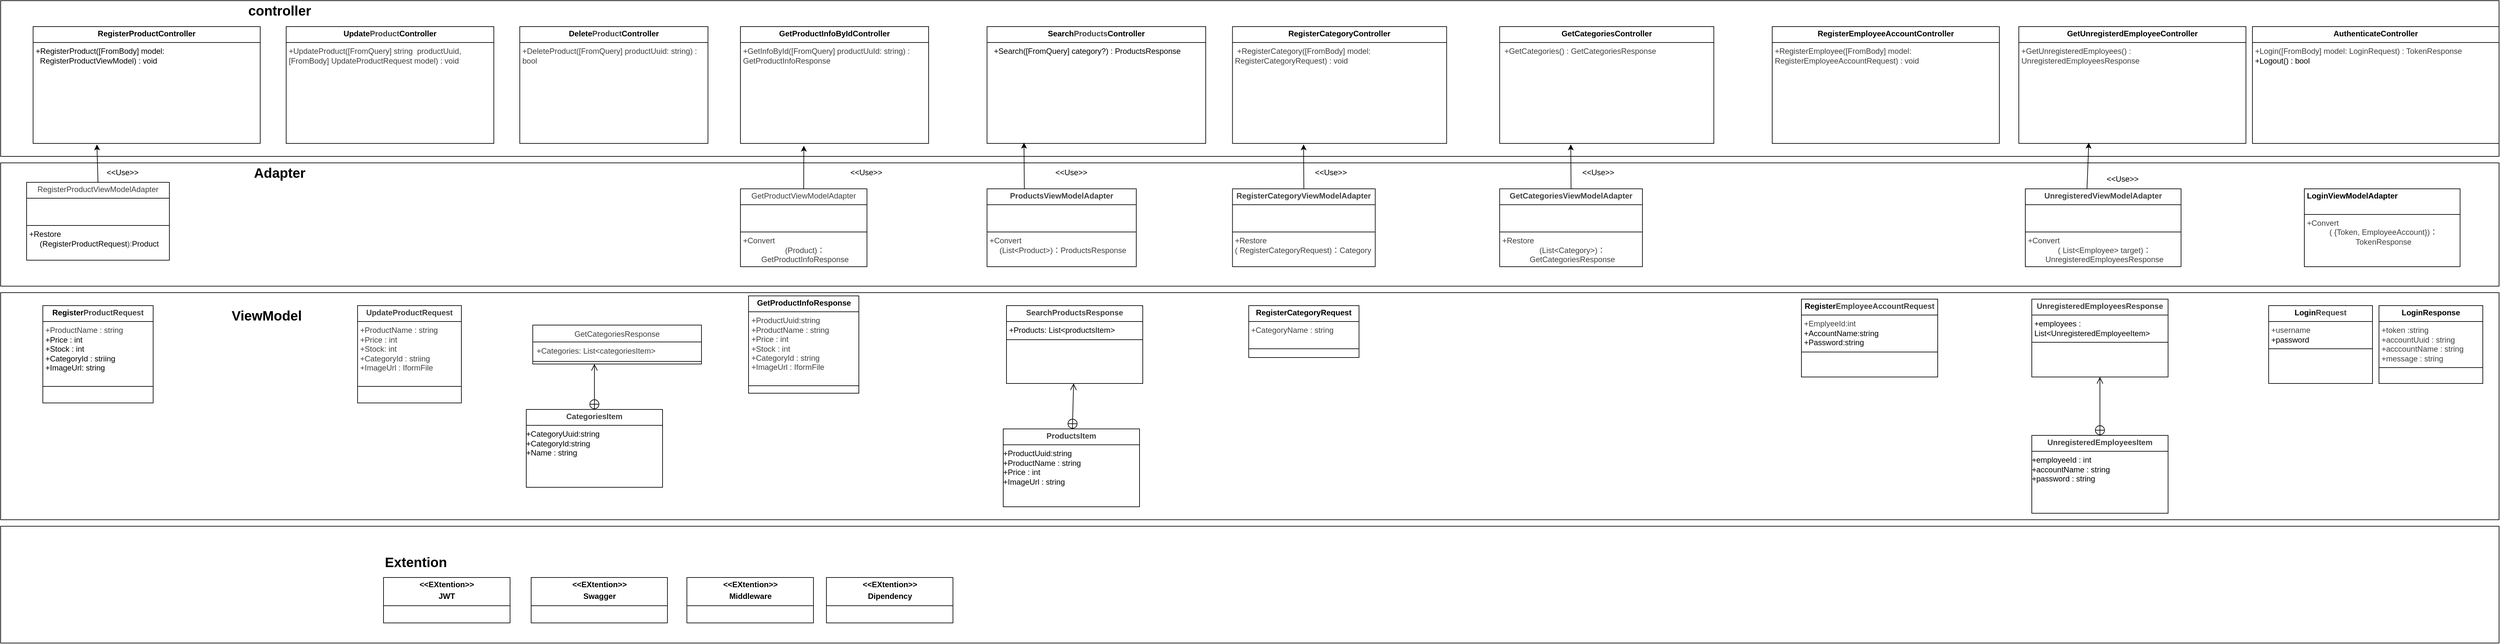
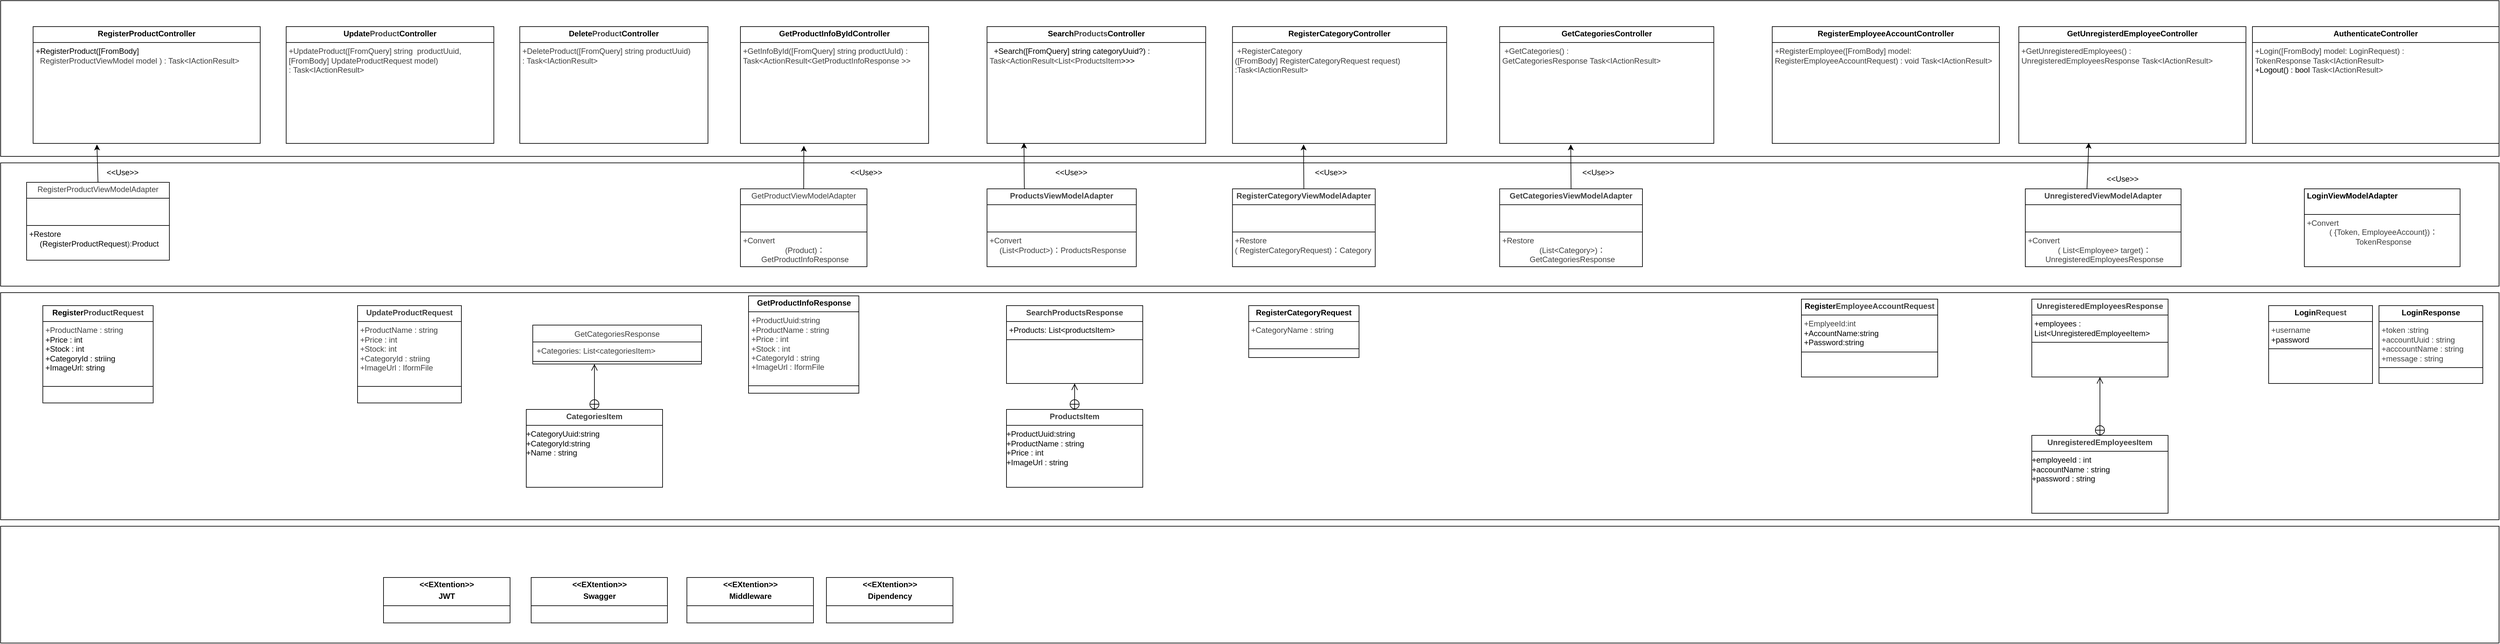
<mxfile host="65bd71144e">
    <diagram id="EApjV0AEF5bl3lN2ML2e" name="ページ1">
-         <mxGraphModel dx="2046" dy="498" grid="1" gridSize="10" guides="1" tooltips="1" connect="1" arrows="1" fold="1" page="1" pageScale="1" pageWidth="827" pageHeight="1169" math="0" shadow="0">
+         <mxGraphModel dx="2502" dy="308" grid="1" gridSize="10" guides="1" tooltips="1" connect="1" arrows="1" fold="1" page="1" pageScale="1" pageWidth="827" pageHeight="1169" math="0" shadow="0">
            <root>
                <mxCell id="0"/>
                <mxCell id="1" parent="0"/>
                <mxCell id="115" value="" style="rounded=0;whiteSpace=wrap;html=1;" parent="1" vertex="1">
                    <mxGeometry x="-1030" y="1640" width="3850" height="180" as="geometry"/>
                </mxCell>
                <mxCell id="110" value="" style="rounded=0;whiteSpace=wrap;html=1;" parent="1" vertex="1">
                    <mxGeometry x="-1030" y="1280" width="3850" height="350" as="geometry"/>
                </mxCell>
                <mxCell id="108" value="" style="rounded=0;whiteSpace=wrap;html=1;" parent="1" vertex="1">
                    <mxGeometry x="-1030" y="830" width="3850" height="240" as="geometry"/>
                </mxCell>
                <mxCell id="66" value="" style="rounded=0;whiteSpace=wrap;html=1;" parent="1" vertex="1">
                    <mxGeometry x="-1030" y="1080" width="3850" height="190" as="geometry"/>
                </mxCell>
-                 <mxCell id="2" value="&lt;p style=&quot;margin:0px;margin-top:4px;text-align:center;&quot;&gt;&lt;b&gt;RegisterProductController&lt;/b&gt;&lt;/p&gt;&lt;hr size=&quot;1&quot; style=&quot;border-style:solid;&quot;&gt;&lt;p style=&quot;margin:0px;margin-left:4px;&quot;&gt;+RegisterProduct([FromBody] model:&amp;nbsp; &amp;nbsp;&amp;nbsp;&lt;/p&gt;&lt;p style=&quot;margin:0px;margin-left:4px;&quot;&gt;&amp;nbsp; RegisterProductViewModel) : void&lt;/p&gt;&lt;div&gt;&lt;br&gt;&lt;/div&gt;" style="verticalAlign=top;align=left;overflow=fill;html=1;whiteSpace=wrap;" parent="1" vertex="1">
+                 <mxCell id="2" value="&lt;p style=&quot;margin:0px;margin-top:4px;text-align:center;&quot;&gt;&lt;b&gt;RegisterProductController&lt;/b&gt;&lt;/p&gt;&lt;hr size=&quot;1&quot; style=&quot;border-style:solid;&quot;&gt;&lt;p style=&quot;margin:0px;margin-left:4px;&quot;&gt;+RegisterProduct([FromBody]&amp;nbsp;&lt;br&gt;&lt;span style=&quot;color: rgb(63, 63, 63); background-color: transparent;&quot;&gt;&amp;nbsp; RegisterProductViewModel&amp;nbsp;&lt;/span&gt;&lt;span style=&quot;color: rgb(63, 63, 63); background-color: transparent;&quot;&gt;model&amp;nbsp;&lt;/span&gt;&lt;span style=&quot;color: rgb(63, 63, 63); background-color: transparent;&quot;&gt;) : Task&amp;lt;IActionResult&amp;gt;&lt;/span&gt;&lt;/p&gt;&lt;div&gt;&lt;br&gt;&lt;/div&gt;" style="verticalAlign=top;align=left;overflow=fill;html=1;whiteSpace=wrap;" parent="1" vertex="1">
                    <mxGeometry x="-980" y="870" width="350" height="180" as="geometry"/>
                </mxCell>
                <mxCell id="3" value="&lt;p style=&quot;margin:0px;margin-top:4px;text-align:center;&quot;&gt;&lt;b&gt;Register&lt;span style=&quot;color: rgb(63, 63, 63);&quot;&gt;ProductRequest&lt;/span&gt;&lt;/b&gt;&lt;/p&gt;&lt;hr size=&quot;1&quot; style=&quot;border-style:solid;&quot;&gt;&lt;p style=&quot;margin:0px;margin-left:4px;&quot;&gt;&lt;span style=&quot;color: rgb(63, 63, 63); background-color: transparent;&quot;&gt;+ProductName : string&lt;/span&gt;&lt;/p&gt;&lt;p style=&quot;margin:0px;margin-left:4px;&quot;&gt;+Price : int&lt;/p&gt;&lt;p style=&quot;margin:0px;margin-left:4px;&quot;&gt;+Stock : int&lt;/p&gt;&lt;p style=&quot;margin:0px;margin-left:4px;&quot;&gt;+CategoryId : striing&lt;/p&gt;&lt;p style=&quot;margin:0px;margin-left:4px;&quot;&gt;+ImageUrl: string&lt;/p&gt;&lt;p style=&quot;margin:0px;margin-left:4px;&quot;&gt;&lt;br&gt;&lt;/p&gt;&lt;hr size=&quot;1&quot; style=&quot;border-style:solid;&quot;&gt;&lt;p style=&quot;margin:0px;margin-left:4px;&quot;&gt;&lt;br&gt;&lt;/p&gt;" style="verticalAlign=top;align=left;overflow=fill;html=1;whiteSpace=wrap;" parent="1" vertex="1">
                    <mxGeometry x="-965" y="1300" width="170" height="150" as="geometry"/>
                </mxCell>
                <mxCell id="4" value="&lt;p style=&quot;margin:0px;margin-top:4px;text-align:center;&quot;&gt;&lt;span style=&quot;color: rgb(63, 63, 63); background-color: transparent;&quot;&gt;Register&lt;span style=&quot;color: rgb(63, 63, 63); scrollbar-color: rgb(226, 226, 226) rgb(251, 251, 251);&quot;&gt;Product&lt;/span&gt;ViewModelAdapter&lt;/span&gt;&lt;/p&gt;&lt;hr size=&quot;1&quot; style=&quot;border-style:solid;&quot;&gt;&lt;p style=&quot;margin:0px;margin-left:4px;&quot;&gt;&lt;br&gt;&lt;/p&gt;&lt;p style=&quot;margin:0px;margin-left:4px;&quot;&gt;&lt;br&gt;&lt;/p&gt;&lt;hr size=&quot;1&quot; style=&quot;border-style:solid;&quot;&gt;&lt;p style=&quot;margin:0px;margin-left:4px;&quot;&gt;+Restore&lt;/p&gt;&lt;p style=&quot;text-align: center; margin: 0px 0px 0px 4px;&quot;&gt;&lt;span style=&quot;background-color: transparent;&quot;&gt;(RegisterProductRequest&lt;/span&gt;&lt;span style=&quot;background-color: transparent; color: rgb(63, 63, 63);&quot;&gt;):&lt;/span&gt;&lt;span style=&quot;background-color: transparent;&quot;&gt;Product&lt;/span&gt;&lt;/p&gt;" style="verticalAlign=top;align=left;overflow=fill;html=1;whiteSpace=wrap;" parent="1" vertex="1">
                    <mxGeometry x="-990" y="1110" width="220" height="120" as="geometry"/>
                </mxCell>
-                 <mxCell id="5" value="&lt;p style=&quot;margin:0px;margin-top:4px;text-align:center;&quot;&gt;&lt;b&gt;Update&lt;/b&gt;&lt;b style=&quot;color: rgb(63, 63, 63); scrollbar-color: rgb(226, 226, 226) rgb(251, 251, 251);&quot;&gt;Product&lt;/b&gt;&lt;b&gt;Controller&lt;/b&gt;&lt;/p&gt;&lt;hr size=&quot;1&quot; style=&quot;border-style:solid;&quot;&gt;&lt;p style=&quot;margin:0px;margin-left:4px;&quot;&gt;&lt;/p&gt;&lt;p style=&quot;margin:0px;margin-left:4px;&quot;&gt;&lt;span style=&quot;color: rgb(63, 63, 63); background-color: transparent;&quot;&gt;+UpdateProduct([FromQuery] string&amp;nbsp; productUuid,&amp;nbsp; [FromBody] UpdateProductRequest model) : void&lt;/span&gt;&lt;/p&gt;" style="verticalAlign=top;align=left;overflow=fill;html=1;whiteSpace=wrap;" parent="1" vertex="1">
+                 <mxCell id="5" value="&lt;p style=&quot;margin:0px;margin-top:4px;text-align:center;&quot;&gt;&lt;b&gt;Update&lt;/b&gt;&lt;b style=&quot;color: rgb(63, 63, 63); scrollbar-color: rgb(226, 226, 226) rgb(251, 251, 251);&quot;&gt;Product&lt;/b&gt;&lt;b&gt;Controller&lt;/b&gt;&lt;/p&gt;&lt;hr size=&quot;1&quot; style=&quot;border-style:solid;&quot;&gt;&lt;p style=&quot;margin:0px;margin-left:4px;&quot;&gt;&lt;/p&gt;&lt;p style=&quot;margin:0px;margin-left:4px;&quot;&gt;&lt;span style=&quot;color: rgb(63, 63, 63); background-color: transparent;&quot;&gt;+UpdateProduct([FromQuery] string&amp;nbsp; productUuid,&amp;nbsp; [FromBody] UpdateProductRequest model) :&amp;nbsp;&lt;/span&gt;&lt;span style=&quot;color: rgb(63, 63, 63); background-color: transparent;&quot;&gt;Task&amp;lt;IActionResult&amp;gt;&lt;/span&gt;&lt;/p&gt;" style="verticalAlign=top;align=left;overflow=fill;html=1;whiteSpace=wrap;" parent="1" vertex="1">
                    <mxGeometry x="-590" y="870" width="320" height="180" as="geometry"/>
                </mxCell>
-                 <mxCell id="6" value="&lt;p style=&quot;margin:0px;margin-top:4px;text-align:center;&quot;&gt;&lt;b&gt;Delete&lt;/b&gt;&lt;b style=&quot;color: rgb(63, 63, 63); scrollbar-color: rgb(226, 226, 226) rgb(251, 251, 251);&quot;&gt;Product&lt;/b&gt;&lt;b&gt;Controller&lt;/b&gt;&lt;/p&gt;&lt;hr size=&quot;1&quot; style=&quot;border-style:solid;&quot;&gt;&lt;p style=&quot;color: rgb(63, 63, 63); scrollbar-color: rgb(226, 226, 226) rgb(251, 251, 251); margin: 0px 0px 0px 4px;&quot;&gt;&lt;span style=&quot;background-color: transparent;&quot;&gt;+DeleteProduct([FromQuery] productUuid: string) : bool&lt;/span&gt;&lt;/p&gt;" style="verticalAlign=top;align=left;overflow=fill;html=1;whiteSpace=wrap;" parent="1" vertex="1">
+                 <mxCell id="6" value="&lt;p style=&quot;margin:0px;margin-top:4px;text-align:center;&quot;&gt;&lt;b&gt;Delete&lt;/b&gt;&lt;b style=&quot;color: rgb(63, 63, 63); scrollbar-color: rgb(226, 226, 226) rgb(251, 251, 251);&quot;&gt;Product&lt;/b&gt;&lt;b&gt;Controller&lt;/b&gt;&lt;/p&gt;&lt;hr size=&quot;1&quot; style=&quot;border-style:solid;&quot;&gt;&lt;p style=&quot;color: rgb(63, 63, 63); scrollbar-color: rgb(226, 226, 226) rgb(251, 251, 251); margin: 0px 0px 0px 4px;&quot;&gt;&lt;span style=&quot;background-color: transparent;&quot;&gt;+DeleteProduct([FromQuery]&amp;nbsp;&lt;/span&gt;&lt;span style=&quot;color: rgb(63, 63, 63); background-color: transparent;&quot;&gt;string&amp;nbsp;&lt;/span&gt;&lt;span style=&quot;background-color: transparent; color: rgb(63, 63, 63);&quot;&gt;productUuid) :&amp;nbsp;&lt;/span&gt;&lt;span style=&quot;color: rgb(63, 63, 63); background-color: transparent;&quot;&gt;Task&amp;lt;IActionResult&amp;gt;&lt;/span&gt;&lt;/p&gt;" style="verticalAlign=top;align=left;overflow=fill;html=1;whiteSpace=wrap;" parent="1" vertex="1">
                    <mxGeometry x="-230" y="870" width="290" height="180" as="geometry"/>
                </mxCell>
-                 <mxCell id="7" value="&lt;p style=&quot;margin:0px;margin-top:4px;text-align:center;&quot;&gt;&lt;b&gt;Search&lt;/b&gt;&lt;b style=&quot;color: rgb(63, 63, 63); scrollbar-color: rgb(226, 226, 226) rgb(251, 251, 251);&quot;&gt;Products&lt;/b&gt;&lt;b&gt;Controller&lt;/b&gt;&lt;/p&gt;&lt;hr size=&quot;1&quot; style=&quot;border-style:solid;&quot;&gt;&lt;p style=&quot;margin:0px;margin-left:4px;&quot;&gt;&amp;nbsp; +Search([FromQuery] category?) : ProductsResponse&lt;/p&gt;" style="verticalAlign=top;align=left;overflow=fill;html=1;whiteSpace=wrap;" parent="1" vertex="1">
+                 <mxCell id="7" value="&lt;p style=&quot;margin:0px;margin-top:4px;text-align:center;&quot;&gt;&lt;b&gt;Search&lt;/b&gt;&lt;b style=&quot;color: rgb(63, 63, 63); scrollbar-color: rgb(226, 226, 226) rgb(251, 251, 251);&quot;&gt;Products&lt;/b&gt;&lt;b&gt;Controller&lt;/b&gt;&lt;/p&gt;&lt;hr size=&quot;1&quot; style=&quot;border-style:solid;&quot;&gt;&lt;p style=&quot;margin:0px;margin-left:4px;&quot;&gt;&amp;nbsp; +Search([FromQuery] string categoryUuid?) : &lt;span style=&quot;color: rgb(63, 63, 63); background-color: transparent;&quot;&gt;Task&amp;lt;ActionResult&amp;lt;List&amp;lt;&lt;/span&gt;&lt;span style=&quot;color: rgb(63, 63, 63); background-color: transparent;&quot;&gt;ProductsItem&lt;/span&gt;&lt;span style=&quot;background-color: transparent;&quot;&gt;&amp;gt;&amp;gt;&amp;gt;&lt;/span&gt;&lt;/p&gt;" style="verticalAlign=top;align=left;overflow=fill;html=1;whiteSpace=wrap;" parent="1" vertex="1">
                    <mxGeometry x="490" y="870" width="337" height="180" as="geometry"/>
                </mxCell>
-                 <mxCell id="8" value="&lt;p style=&quot;margin:0px;margin-top:4px;text-align:center;&quot;&gt;&lt;b&gt;RegisterEmployeeAccountController&lt;/b&gt;&lt;/p&gt;&lt;hr size=&quot;1&quot; style=&quot;border-style:solid;&quot;&gt;&lt;p style=&quot;margin:0px;margin-left:4px;&quot;&gt;&lt;span style=&quot;color: rgb(63, 63, 63); background-color: transparent;&quot;&gt;+RegisterEmployee([FromBody] model: RegisterEmployeeAccountRequest) : void&lt;/span&gt;&lt;/p&gt;&lt;div&gt;&lt;br&gt;&lt;/div&gt;" style="verticalAlign=top;align=left;overflow=fill;html=1;whiteSpace=wrap;" parent="1" vertex="1">
+                 <mxCell id="8" value="&lt;p style=&quot;margin:0px;margin-top:4px;text-align:center;&quot;&gt;&lt;b&gt;RegisterEmployeeAccountController&lt;/b&gt;&lt;/p&gt;&lt;hr size=&quot;1&quot; style=&quot;border-style:solid;&quot;&gt;&lt;p style=&quot;margin:0px;margin-left:4px;&quot;&gt;&lt;span style=&quot;color: rgb(63, 63, 63); background-color: transparent;&quot;&gt;+RegisterEmployee([FromBody] model: RegisterEmployeeAccountRequest) : void&amp;nbsp;&lt;/span&gt;&lt;span style=&quot;color: rgb(63, 63, 63); background-color: transparent;&quot;&gt;Task&amp;lt;IActionResult&amp;gt;&lt;/span&gt;&lt;/p&gt;" style="verticalAlign=top;align=left;overflow=fill;html=1;whiteSpace=wrap;" parent="1" vertex="1">
                    <mxGeometry x="1700" y="870" width="350" height="180" as="geometry"/>
                </mxCell>
-                 <mxCell id="9" value="&lt;p style=&quot;margin:0px;margin-top:4px;text-align:center;&quot;&gt;&lt;b&gt;AuthenticateController&lt;/b&gt;&lt;/p&gt;&lt;hr size=&quot;1&quot; style=&quot;border-style:solid;&quot;&gt;&lt;p style=&quot;margin:0px;margin-left:4px;&quot;&gt;&lt;span style=&quot;color: rgb(63, 63, 63); background-color: transparent;&quot;&gt;+Login([FromBody] model: LoginRequest) : TokenResponse&amp;nbsp;&lt;/span&gt;&lt;/p&gt;&lt;p style=&quot;margin:0px;margin-left:4px;&quot;&gt;+Logout() : bool&lt;/p&gt;" style="verticalAlign=top;align=left;overflow=fill;html=1;whiteSpace=wrap;" parent="1" vertex="1">
+                 <mxCell id="9" value="&lt;p style=&quot;margin:0px;margin-top:4px;text-align:center;&quot;&gt;&lt;b&gt;AuthenticateController&lt;/b&gt;&lt;/p&gt;&lt;hr size=&quot;1&quot; style=&quot;border-style:solid;&quot;&gt;&lt;p style=&quot;margin:0px;margin-left:4px;&quot;&gt;&lt;span style=&quot;color: rgb(63, 63, 63); background-color: transparent;&quot;&gt;+Login([FromBody] model: LoginRequest) : TokenResponse&amp;nbsp;&lt;/span&gt;&lt;span style=&quot;color: rgb(63, 63, 63); background-color: transparent;&quot;&gt;Task&amp;lt;IActionResult&amp;gt;&lt;/span&gt;&lt;/p&gt;&lt;p style=&quot;margin:0px;margin-left:4px;&quot;&gt;+Logout() : bool&amp;nbsp;&lt;span style=&quot;color: rgb(63, 63, 63); background-color: transparent;&quot;&gt;Task&amp;lt;IActionResult&amp;gt;&lt;/span&gt;&lt;/p&gt;" style="verticalAlign=top;align=left;overflow=fill;html=1;whiteSpace=wrap;" parent="1" vertex="1">
                    <mxGeometry x="2440" y="870" width="380" height="180" as="geometry"/>
                </mxCell>
                <mxCell id="10" value="&lt;p style=&quot;margin:0px;margin-top:4px;text-align:center;&quot;&gt;&lt;b&gt;&lt;span style=&quot;background-color: transparent; color: rgb(63, 63, 63); scrollbar-color: rgb(226, 226, 226) rgb(251, 251, 251);&quot;&gt;Update&lt;/span&gt;&lt;span style=&quot;color: rgb(63, 63, 63);&quot;&gt;ProductRequest&lt;/span&gt;&lt;/b&gt;&lt;/p&gt;&lt;hr size=&quot;1&quot; style=&quot;border-style:solid;&quot;&gt;&lt;p style=&quot;color: rgb(63, 63, 63); scrollbar-color: rgb(226, 226, 226) rgb(251, 251, 251); margin: 0px 0px 0px 4px;&quot;&gt;&lt;span style=&quot;scrollbar-color: rgb(226, 226, 226) rgb(251, 251, 251); background-color: transparent; color: rgb(63, 63, 63);&quot;&gt;+ProductName : string&lt;/span&gt;&lt;/p&gt;&lt;p style=&quot;color: rgb(63, 63, 63); scrollbar-color: rgb(226, 226, 226) rgb(251, 251, 251); margin: 0px 0px 0px 4px;&quot;&gt;+Price : int&lt;/p&gt;&lt;p style=&quot;color: rgb(63, 63, 63); scrollbar-color: rgb(226, 226, 226) rgb(251, 251, 251); margin: 0px 0px 0px 4px;&quot;&gt;+Stock: int&lt;/p&gt;&lt;p style=&quot;color: rgb(63, 63, 63); scrollbar-color: rgb(226, 226, 226) rgb(251, 251, 251); margin: 0px 0px 0px 4px;&quot;&gt;+CategoryId : striing&lt;/p&gt;&lt;p style=&quot;color: rgb(63, 63, 63); scrollbar-color: rgb(226, 226, 226) rgb(251, 251, 251); margin: 0px 0px 0px 4px;&quot;&gt;+ImageUrl : IformFile&lt;/p&gt;&lt;p style=&quot;color: rgb(63, 63, 63); scrollbar-color: rgb(226, 226, 226) rgb(251, 251, 251); margin: 0px 0px 0px 4px;&quot;&gt;&lt;br style=&quot;color: rgb(63, 63, 63); scrollbar-color: rgb(226, 226, 226) rgb(251, 251, 251);&quot;&gt;&lt;/p&gt;&lt;hr size=&quot;1&quot; style=&quot;border-style:solid;&quot;&gt;&lt;p style=&quot;margin:0px;margin-left:4px;&quot;&gt;&lt;br&gt;&lt;/p&gt;" style="verticalAlign=top;align=left;overflow=fill;html=1;whiteSpace=wrap;" parent="1" vertex="1">
                    <mxGeometry x="-480" y="1300" width="160" height="150" as="geometry"/>
                </mxCell>
                <mxCell id="12" value="&lt;p style=&quot;margin:0px;margin-top:4px;text-align:center;&quot;&gt;&lt;b&gt;Register&lt;/b&gt;&lt;b style=&quot;scrollbar-color: rgb(226, 226, 226) rgb(251, 251, 251); background-color: transparent; color: rgb(63, 63, 63);&quot;&gt;EmployeeAccountRequest&lt;/b&gt;&lt;/p&gt;&lt;hr size=&quot;1&quot; style=&quot;border-style:solid;&quot;&gt;&lt;p style=&quot;margin:0px;margin-left:4px;&quot;&gt;&lt;span style=&quot;color: rgb(63, 63, 63); background-color: transparent;&quot;&gt;+EmplyeeId:int&lt;/span&gt;&lt;/p&gt;&lt;p style=&quot;margin:0px;margin-left:4px;&quot;&gt;+AccountName:string&lt;/p&gt;&lt;p style=&quot;margin:0px;margin-left:4px;&quot;&gt;+Password:string&lt;/p&gt;&lt;hr size=&quot;1&quot; style=&quot;border-style:solid;&quot;&gt;&lt;p style=&quot;margin:0px;margin-left:4px;&quot;&gt;&lt;br&gt;&lt;/p&gt;" style="verticalAlign=top;align=left;overflow=fill;html=1;whiteSpace=wrap;" parent="1" vertex="1">
                    <mxGeometry x="1745" y="1290" width="210" height="120" as="geometry"/>
                </mxCell>
                <mxCell id="16" value="&lt;p style=&quot;margin:0px;margin-top:4px;text-align:center;&quot;&gt;&lt;b&gt;Login&lt;span style=&quot;color: rgb(63, 63, 63);&quot;&gt;Request&lt;/span&gt;&lt;/b&gt;&lt;/p&gt;&lt;hr size=&quot;1&quot; style=&quot;border-style:solid;&quot;&gt;&lt;p style=&quot;margin:0px;margin-left:4px;&quot;&gt;&lt;span style=&quot;color: rgb(63, 63, 63); background-color: transparent;&quot;&gt;+username&lt;/span&gt;&lt;/p&gt;&lt;p style=&quot;margin:0px;margin-left:4px;&quot;&gt;+password&lt;/p&gt;&lt;hr size=&quot;1&quot; style=&quot;border-style:solid;&quot;&gt;&lt;p style=&quot;margin:0px;margin-left:4px;&quot;&gt;&lt;br&gt;&lt;/p&gt;" style="verticalAlign=top;align=left;overflow=fill;html=1;whiteSpace=wrap;" parent="1" vertex="1">
                    <mxGeometry x="2465" y="1300" width="160" height="120" as="geometry"/>
                </mxCell>
                <mxCell id="17" value="&lt;p style=&quot;margin:0px;margin-top:4px;text-align:center;&quot;&gt;&lt;b&gt;LoginResponse&lt;/b&gt;&lt;/p&gt;&lt;hr size=&quot;1&quot; style=&quot;border-style:solid;&quot;&gt;&lt;p style=&quot;margin:0px;margin-left:4px;&quot;&gt;&lt;span style=&quot;color: rgb(63, 63, 63); background-color: transparent;&quot;&gt;+token :string&lt;/span&gt;&lt;/p&gt;&lt;p style=&quot;margin:0px;margin-left:4px;&quot;&gt;&lt;span style=&quot;color: rgb(63, 63, 63); background-color: transparent;&quot;&gt;+accountUuid : string&lt;/span&gt;&lt;/p&gt;&lt;p style=&quot;margin:0px;margin-left:4px;&quot;&gt;&lt;span style=&quot;color: rgb(63, 63, 63); background-color: transparent;&quot;&gt;+acccountName : string&lt;/span&gt;&lt;/p&gt;&lt;p style=&quot;margin:0px;margin-left:4px;&quot;&gt;&lt;span style=&quot;color: rgb(63, 63, 63); background-color: transparent;&quot;&gt;+message : string&lt;/span&gt;&lt;/p&gt;&lt;hr size=&quot;1&quot; style=&quot;border-style:solid;&quot;&gt;&lt;p style=&quot;margin:0px;margin-left:4px;&quot;&gt;&lt;br&gt;&lt;/p&gt;" style="verticalAlign=top;align=left;overflow=fill;html=1;whiteSpace=wrap;" parent="1" vertex="1">
                    <mxGeometry x="2635" y="1300" width="160" height="120" as="geometry"/>
                </mxCell>
                <mxCell id="18" value="&lt;p style=&quot;margin:0px;margin-top:4px;text-align:center;&quot;&gt;&lt;b&gt;&amp;lt;&amp;lt;EXtention&amp;gt;&amp;gt;&lt;/b&gt;&lt;/p&gt;&lt;p style=&quot;margin:0px;margin-top:4px;text-align:center;&quot;&gt;&lt;b&gt;JWT&lt;/b&gt;&lt;/p&gt;&lt;hr size=&quot;1&quot; style=&quot;border-style:solid;&quot;&gt;&lt;p style=&quot;margin:0px;margin-left:4px;&quot;&gt;&lt;br&gt;&lt;/p&gt;&lt;p style=&quot;margin:0px;margin-left:4px;&quot;&gt;&lt;br&gt;&lt;/p&gt;&lt;hr size=&quot;1&quot; style=&quot;border-style:solid;&quot;&gt;&lt;p style=&quot;margin:0px;margin-left:4px;&quot;&gt;&lt;br&gt;&lt;/p&gt;&lt;p style=&quot;margin:0px;margin-left:4px;&quot;&gt;&lt;br&gt;&lt;/p&gt;" style="verticalAlign=top;align=left;overflow=fill;html=1;whiteSpace=wrap;" parent="1" vertex="1">
                    <mxGeometry x="-440" y="1719" width="195" height="70" as="geometry"/>
                </mxCell>
                <mxCell id="19" value="&lt;p style=&quot;margin:0px;margin-top:4px;text-align:center;&quot;&gt;&lt;b&gt;&amp;lt;&amp;lt;EXtention&amp;gt;&amp;gt;&lt;/b&gt;&lt;/p&gt;&lt;p style=&quot;margin:0px;margin-top:4px;text-align:center;&quot;&gt;&lt;b&gt;Swagger&lt;/b&gt;&lt;/p&gt;&lt;hr size=&quot;1&quot; style=&quot;border-style:solid;&quot;&gt;&lt;p style=&quot;margin:0px;margin-left:4px;&quot;&gt;&lt;br&gt;&lt;/p&gt;&lt;p style=&quot;margin:0px;margin-left:4px;&quot;&gt;&lt;br&gt;&lt;/p&gt;&lt;hr size=&quot;1&quot; style=&quot;border-style:solid;&quot;&gt;&lt;p style=&quot;margin:0px;margin-left:4px;&quot;&gt;&lt;br&gt;&lt;/p&gt;" style="verticalAlign=top;align=left;overflow=fill;html=1;whiteSpace=wrap;" parent="1" vertex="1">
                    <mxGeometry x="-212.5" y="1719" width="210" height="70" as="geometry"/>
                </mxCell>
                <mxCell id="20" value="&lt;p style=&quot;margin:0px;margin-top:4px;text-align:center;&quot;&gt;&lt;b&gt;&amp;lt;&amp;lt;EXtention&amp;gt;&amp;gt;&lt;/b&gt;&lt;/p&gt;&lt;p style=&quot;margin:0px;margin-top:4px;text-align:center;&quot;&gt;&lt;b&gt;Middleware&lt;/b&gt;&lt;/p&gt;&lt;hr size=&quot;1&quot; style=&quot;border-style:solid;&quot;&gt;&lt;p style=&quot;margin:0px;margin-left:4px;&quot;&gt;&lt;br&gt;&lt;/p&gt;&lt;hr size=&quot;1&quot; style=&quot;border-style:solid;&quot;&gt;&lt;p style=&quot;margin:0px;margin-left:4px;&quot;&gt;&lt;br&gt;&lt;/p&gt;" style="verticalAlign=top;align=left;overflow=fill;html=1;whiteSpace=wrap;" parent="1" vertex="1">
                    <mxGeometry x="27.5" y="1719" width="195" height="70" as="geometry"/>
                </mxCell>
                <mxCell id="21" value="&lt;p style=&quot;margin:0px;margin-top:4px;text-align:center;&quot;&gt;&lt;b&gt;&amp;lt;&amp;lt;EXtention&amp;gt;&amp;gt;&lt;/b&gt;&lt;/p&gt;&lt;p style=&quot;margin:0px;margin-top:4px;text-align:center;&quot;&gt;&lt;b&gt;Dipendency&lt;/b&gt;&lt;/p&gt;&lt;hr size=&quot;1&quot; style=&quot;border-style:solid;&quot;&gt;&lt;p style=&quot;margin:0px;margin-left:4px;&quot;&gt;&lt;br&gt;&lt;/p&gt;&lt;hr size=&quot;1&quot; style=&quot;border-style:solid;&quot;&gt;&lt;p style=&quot;margin:0px;margin-left:4px;&quot;&gt;&lt;br&gt;&lt;/p&gt;&lt;p style=&quot;margin:0px;margin-left:4px;&quot;&gt;&lt;br&gt;&lt;/p&gt;" style="verticalAlign=top;align=left;overflow=fill;html=1;whiteSpace=wrap;" parent="1" vertex="1">
                    <mxGeometry x="242.5" y="1719" width="195" height="70" as="geometry"/>
                </mxCell>
-                 <mxCell id="22" value="&lt;p style=&quot;margin:0px;margin-top:4px;text-align:center;&quot;&gt;&lt;b&gt;RegisterCategoryController&lt;/b&gt;&lt;/p&gt;&lt;hr size=&quot;1&quot; style=&quot;border-style:solid;&quot;&gt;&lt;p style=&quot;margin:0px;margin-left:4px;&quot;&gt;&lt;/p&gt;&lt;p style=&quot;margin:0px;margin-left:4px;&quot;&gt;&lt;span style=&quot;color: rgb(63, 63, 63); background-color: transparent;&quot;&gt;&amp;nbsp;+RegisterCategory([FromBody] model: RegisterCategoryRequest) : void&lt;/span&gt;&lt;/p&gt;" style="verticalAlign=top;align=left;overflow=fill;html=1;whiteSpace=wrap;" parent="1" vertex="1">
+                 <mxCell id="22" value="&lt;p style=&quot;margin:0px;margin-top:4px;text-align:center;&quot;&gt;&lt;b&gt;RegisterCategoryController&lt;/b&gt;&lt;/p&gt;&lt;hr size=&quot;1&quot; style=&quot;border-style:solid;&quot;&gt;&lt;p style=&quot;margin:0px;margin-left:4px;&quot;&gt;&lt;/p&gt;&lt;p style=&quot;margin:0px;margin-left:4px;&quot;&gt;&lt;span style=&quot;color: rgb(63, 63, 63); background-color: transparent;&quot;&gt;&amp;nbsp;+RegisterCategory&lt;br&gt;([FromBody]&amp;nbsp;&lt;/span&gt;&lt;span style=&quot;color: rgb(63, 63, 63); background-color: transparent;&quot;&gt;RegisterCategoryRequest request&lt;/span&gt;&lt;span style=&quot;background-color: transparent; color: rgb(63, 63, 63);&quot;&gt;) :&lt;/span&gt;&lt;span style=&quot;background-color: transparent; color: rgb(63, 63, 63);&quot;&gt;Task&amp;lt;IActionResult&amp;gt;&lt;/span&gt;&lt;/p&gt;" style="verticalAlign=top;align=left;overflow=fill;html=1;whiteSpace=wrap;" parent="1" vertex="1">
                    <mxGeometry x="868.25" y="870" width="330" height="180" as="geometry"/>
                </mxCell>
                <mxCell id="23" value="&lt;p style=&quot;margin:0px;margin-top:4px;text-align:center;&quot;&gt;&lt;b&gt;RegisterCategoryRequest&lt;/b&gt;&lt;/p&gt;&lt;hr size=&quot;1&quot; style=&quot;border-style:solid;&quot;&gt;&lt;p style=&quot;color: rgb(63, 63, 63); scrollbar-color: rgb(226, 226, 226) rgb(251, 251, 251); margin: 0px 0px 0px 4px;&quot;&gt;+CategoryName : string&lt;/p&gt;&lt;p style=&quot;margin:0px;margin-left:4px;&quot;&gt;&lt;br&gt;&lt;/p&gt;&lt;hr size=&quot;1&quot; style=&quot;border-style:solid;&quot;&gt;&lt;p style=&quot;margin:0px;margin-left:4px;&quot;&gt;&lt;br&gt;&lt;/p&gt;" style="verticalAlign=top;align=left;overflow=fill;html=1;whiteSpace=wrap;" parent="1" vertex="1">
                    <mxGeometry x="893.25" y="1300" width="170" height="80" as="geometry"/>
                </mxCell>
                <mxCell id="26" style="edgeStyle=none;html=1;exitX=0.5;exitY=0;exitDx=0;exitDy=0;entryX=0.281;entryY=1.009;entryDx=0;entryDy=0;entryPerimeter=0;" parent="1" source="4" target="2" edge="1">
                    <mxGeometry relative="1" as="geometry"/>
                </mxCell>
                <mxCell id="31" value="&lt;p style=&quot;margin:0px;margin-top:4px;text-align:center;&quot;&gt;&lt;b style=&quot;color: rgb(63, 63, 63); background-color: transparent;&quot;&gt;RegisterCategoryViewModelAdapter&lt;/b&gt;&lt;/p&gt;&lt;hr size=&quot;1&quot; style=&quot;border-style:solid;&quot;&gt;&lt;p style=&quot;margin:0px;margin-left:4px;&quot;&gt;&lt;br&gt;&lt;/p&gt;&lt;p style=&quot;margin:0px;margin-left:4px;&quot;&gt;&lt;br&gt;&lt;/p&gt;&lt;hr size=&quot;1&quot; style=&quot;border-style:solid;&quot;&gt;&lt;p style=&quot;margin:0px;margin-left:4px;&quot;&gt;&lt;span style=&quot;color: rgb(63, 63, 63); scrollbar-color: rgb(226, 226, 226) rgb(251, 251, 251); background-color: transparent;&quot;&gt;+Restore&lt;/span&gt;&lt;/p&gt;&lt;p style=&quot;margin:0px;margin-left:4px;&quot;&gt;&lt;span style=&quot;color: rgb(63, 63, 63); scrollbar-color: rgb(226, 226, 226) rgb(251, 251, 251); background-color: transparent;&quot;&gt;(&lt;/span&gt;&lt;span style=&quot;scrollbar-color: rgb(226, 226, 226) rgb(251, 251, 251); background-color: transparent; text-align: center; color: rgb(63, 63, 63);&quot;&gt;&amp;nbsp;RegisterCategoryRequest&lt;/span&gt;&lt;span style=&quot;background-color: transparent; scrollbar-color: rgb(226, 226, 226) rgb(251, 251, 251); color: rgb(63, 63, 63);&quot;&gt;)&lt;/span&gt;&lt;span style=&quot;background-color: transparent; color: rgb(63, 63, 63);&quot;&gt;：Category&lt;/span&gt;&lt;/p&gt;" style="verticalAlign=top;align=left;overflow=fill;html=1;whiteSpace=wrap;" parent="1" vertex="1">
                    <mxGeometry x="868.25" y="1120" width="220" height="120" as="geometry"/>
                </mxCell>
                <mxCell id="33" style="edgeStyle=none;html=1;exitX=0.5;exitY=0;exitDx=0;exitDy=0;entryX=0.332;entryY=1.009;entryDx=0;entryDy=0;entryPerimeter=0;" parent="1" source="31" target="22" edge="1">
                    <mxGeometry relative="1" as="geometry"/>
                </mxCell>
                <mxCell id="39" value="&amp;lt;&amp;lt;Use&amp;gt;&amp;gt;" style="text;html=1;align=center;verticalAlign=middle;whiteSpace=wrap;rounded=0;" parent="1" vertex="1">
                    <mxGeometry x="990" y="1080" width="60" height="30" as="geometry"/>
                </mxCell>
                <mxCell id="42" value="&amp;lt;&amp;lt;Use&amp;gt;&amp;gt;" style="text;html=1;align=center;verticalAlign=middle;whiteSpace=wrap;rounded=0;" parent="1" vertex="1">
                    <mxGeometry x="-871.75" y="1080" width="60" height="30" as="geometry"/>
                </mxCell>
-                 <mxCell id="47" value="controller" style="text;html=1;align=center;verticalAlign=middle;whiteSpace=wrap;rounded=0;fontStyle=1;fontSize=21;" parent="1" vertex="1">
-                     <mxGeometry x="-630" y="830" width="60" height="30" as="geometry"/>
-                 </mxCell>
-                 <mxCell id="64" value="Adapter" style="text;html=1;align=center;verticalAlign=middle;whiteSpace=wrap;rounded=0;fontStyle=1;fontSize=21;" parent="1" vertex="1">
-                     <mxGeometry x="-630" y="1080" width="60" height="30" as="geometry"/>
-                 </mxCell>
-                 <mxCell id="67" value="ViewModel" style="text;html=1;align=center;verticalAlign=middle;whiteSpace=wrap;rounded=0;fontStyle=1;fontSize=21;" parent="1" vertex="1">
-                     <mxGeometry x="-650" y="1300" width="60" height="30" as="geometry"/>
-                 </mxCell>
-                 <mxCell id="68" value="Extention" style="text;html=1;align=center;verticalAlign=middle;whiteSpace=wrap;rounded=0;fontStyle=1;fontSize=21;" parent="1" vertex="1">
-                     <mxGeometry x="-420" y="1680" width="60" height="30" as="geometry"/>
-                 </mxCell>
                <mxCell id="80" value="&lt;p style=&quot;margin:0px;margin-top:4px;text-align:center;&quot;&gt;&lt;span style=&quot;color: rgb(63, 63, 63); background-color: transparent;&quot;&gt;&lt;b&gt;&lt;span style=&quot;color: rgb(63, 63, 63);&quot;&gt;Products&lt;/span&gt;ViewModelAdapter&lt;/b&gt;&lt;/span&gt;&lt;/p&gt;&lt;hr size=&quot;1&quot; style=&quot;border-style:solid;&quot;&gt;&lt;p style=&quot;margin:0px;margin-left:4px;&quot;&gt;&lt;br&gt;&lt;/p&gt;&lt;p style=&quot;margin:0px;margin-left:4px;&quot;&gt;&lt;br&gt;&lt;/p&gt;&lt;hr size=&quot;1&quot; style=&quot;border-style:solid;&quot;&gt;&lt;p style=&quot;margin:0px;margin-left:4px;&quot;&gt;&lt;span style=&quot;color: rgb(63, 63, 63); scrollbar-color: rgb(226, 226, 226) rgb(251, 251, 251); background-color: transparent;&quot;&gt;+Convert&lt;/span&gt;&lt;/p&gt;&lt;p style=&quot;text-align: center; margin: 0px 0px 0px 4px;&quot;&gt;&lt;span style=&quot;color: rgb(63, 63, 63); scrollbar-color: rgb(226, 226, 226) rgb(251, 251, 251); background-color: transparent;&quot;&gt;(List&amp;lt;Product&amp;gt;&lt;/span&gt;&lt;span style=&quot;background-color: transparent; scrollbar-color: rgb(226, 226, 226) rgb(251, 251, 251); color: rgb(63, 63, 63);&quot;&gt;)&lt;/span&gt;&lt;span style=&quot;background-color: transparent; color: rgb(63, 63, 63);&quot;&gt;：&lt;/span&gt;&lt;span style=&quot;background-color: transparent; scrollbar-color: rgb(226, 226, 226) rgb(251, 251, 251); color: rgb(63, 63, 63);&quot;&gt;ProductsResponse&lt;/span&gt;&lt;/p&gt;" style="verticalAlign=top;align=left;overflow=fill;html=1;whiteSpace=wrap;" parent="1" vertex="1">
                    <mxGeometry x="490" y="1120" width="230" height="120" as="geometry"/>
                </mxCell>
                <mxCell id="81" value="&amp;lt;&amp;lt;Use&amp;gt;&amp;gt;" style="text;html=1;align=center;verticalAlign=middle;whiteSpace=wrap;rounded=0;" parent="1" vertex="1">
                    <mxGeometry x="590" y="1080" width="60" height="30" as="geometry"/>
                </mxCell>
                <mxCell id="82" style="edgeStyle=none;html=1;exitX=0.25;exitY=0;exitDx=0;exitDy=0;entryX=0.169;entryY=0.994;entryDx=0;entryDy=0;entryPerimeter=0;" parent="1" source="80" target="7" edge="1">
                    <mxGeometry relative="1" as="geometry"/>
                </mxCell>
-                 <mxCell id="84" value="&lt;p style=&quot;margin:0px;margin-top:4px;text-align:center;&quot;&gt;&lt;b&gt;GetUnregisterdEmployeeController&lt;/b&gt;&lt;/p&gt;&lt;hr size=&quot;1&quot; style=&quot;border-style:solid;&quot;&gt;&lt;p style=&quot;margin:0px;margin-left:4px;&quot;&gt;&lt;span style=&quot;color: rgb(63, 63, 63); background-color: transparent;&quot;&gt;+GetUnregisteredEmployees() : UnregisteredEmployeesResponse&lt;/span&gt;&lt;/p&gt;&lt;div&gt;&lt;br&gt;&lt;/div&gt;" style="verticalAlign=top;align=left;overflow=fill;html=1;whiteSpace=wrap;" parent="1" vertex="1">
+                 <mxCell id="84" value="&lt;p style=&quot;margin:0px;margin-top:4px;text-align:center;&quot;&gt;&lt;b&gt;GetUnregisterdEmployeeController&lt;/b&gt;&lt;/p&gt;&lt;hr size=&quot;1&quot; style=&quot;border-style:solid;&quot;&gt;&lt;p style=&quot;margin:0px;margin-left:4px;&quot;&gt;&lt;span style=&quot;color: rgb(63, 63, 63); background-color: transparent;&quot;&gt;+GetUnregisteredEmployees() : UnregisteredEmployeesResponse&amp;nbsp;&lt;/span&gt;&lt;span style=&quot;color: rgb(63, 63, 63); background-color: transparent;&quot;&gt;Task&amp;lt;IActionResult&amp;gt;&lt;/span&gt;&lt;/p&gt;&lt;div&gt;&lt;br&gt;&lt;/div&gt;" style="verticalAlign=top;align=left;overflow=fill;html=1;whiteSpace=wrap;" parent="1" vertex="1">
                    <mxGeometry x="2080" y="870" width="350" height="180" as="geometry"/>
                </mxCell>
                <mxCell id="85" value="&lt;p style=&quot;margin:0px;margin-top:4px;text-align:center;&quot;&gt;&lt;b style=&quot;color: rgb(63, 63, 63); background-color: transparent;&quot;&gt;UnregisteredViewModelAdapter&lt;/b&gt;&lt;/p&gt;&lt;hr size=&quot;1&quot; style=&quot;border-style:solid;&quot;&gt;&lt;p style=&quot;margin:0px;margin-left:4px;&quot;&gt;&lt;br&gt;&lt;/p&gt;&lt;p style=&quot;margin:0px;margin-left:4px;&quot;&gt;&lt;br&gt;&lt;/p&gt;&lt;hr size=&quot;1&quot; style=&quot;border-style:solid;&quot;&gt;&lt;p style=&quot;margin:0px;margin-left:4px;&quot;&gt;&lt;span style=&quot;color: rgb(63, 63, 63); scrollbar-color: rgb(226, 226, 226) rgb(251, 251, 251); background-color: transparent;&quot;&gt;+Convert&lt;/span&gt;&lt;/p&gt;&lt;p style=&quot;text-align: center; margin: 0px 0px 0px 4px;&quot;&gt;&lt;span style=&quot;color: rgb(63, 63, 63); scrollbar-color: rgb(226, 226, 226) rgb(251, 251, 251); background-color: transparent;&quot;&gt;(&lt;/span&gt;&lt;span style=&quot;scrollbar-color: rgb(226, 226, 226) rgb(251, 251, 251); background-color: transparent; text-align: center; color: rgb(63, 63, 63);&quot;&gt;&amp;nbsp;List&amp;lt;Employee&amp;gt; target&lt;/span&gt;&lt;span style=&quot;background-color: transparent; scrollbar-color: rgb(226, 226, 226) rgb(251, 251, 251); color: rgb(63, 63, 63);&quot;&gt;)&lt;/span&gt;&lt;span style=&quot;background-color: transparent; color: rgb(63, 63, 63);&quot;&gt;：UnregisteredEmployeesResponse&lt;/span&gt;&lt;/p&gt;" style="verticalAlign=top;align=left;overflow=fill;html=1;whiteSpace=wrap;" parent="1" vertex="1">
                    <mxGeometry x="2090" y="1120" width="240" height="120" as="geometry"/>
                </mxCell>
                <mxCell id="86" style="edgeStyle=none;html=1;exitX=0.396;exitY=0;exitDx=0;exitDy=0;entryX=0.308;entryY=0.994;entryDx=0;entryDy=0;entryPerimeter=0;exitPerimeter=0;" parent="1" source="85" target="84" edge="1">
                    <mxGeometry relative="1" as="geometry"/>
                </mxCell>
                <mxCell id="87" value="&amp;lt;&amp;lt;Use&amp;gt;&amp;gt;" style="text;html=1;align=center;verticalAlign=middle;whiteSpace=wrap;rounded=0;" parent="1" vertex="1">
                    <mxGeometry x="2210" y="1090" width="60" height="30" as="geometry"/>
                </mxCell>
-                 <mxCell id="88" value="&lt;p style=&quot;margin:0px;margin-top:4px;text-align:center;&quot;&gt;&lt;b&gt;GetCategoriesController&lt;/b&gt;&lt;/p&gt;&lt;hr size=&quot;1&quot; style=&quot;border-style:solid;&quot;&gt;&lt;p style=&quot;margin:0px;margin-left:4px;&quot;&gt;&lt;span style=&quot;color: rgb(63, 63, 63); background-color: transparent;&quot;&gt;&amp;nbsp;+GetCategories() : GetCategoriesResponse&lt;/span&gt;&lt;/p&gt;" style="verticalAlign=top;align=left;overflow=fill;html=1;whiteSpace=wrap;" parent="1" vertex="1">
+                 <mxCell id="88" value="&lt;p style=&quot;margin:0px;margin-top:4px;text-align:center;&quot;&gt;&lt;b&gt;GetCategoriesController&lt;/b&gt;&lt;/p&gt;&lt;hr size=&quot;1&quot; style=&quot;border-style:solid;&quot;&gt;&lt;p style=&quot;margin:0px;margin-left:4px;&quot;&gt;&lt;span style=&quot;color: rgb(63, 63, 63); background-color: transparent;&quot;&gt;&amp;nbsp;+GetCategories() : GetCategoriesResponse&amp;nbsp;&lt;/span&gt;&lt;span style=&quot;color: rgb(63, 63, 63); background-color: transparent;&quot;&gt;Task&amp;lt;IActionResult&amp;gt;&lt;/span&gt;&lt;/p&gt;" style="verticalAlign=top;align=left;overflow=fill;html=1;whiteSpace=wrap;" parent="1" vertex="1">
                    <mxGeometry x="1280" y="870" width="330" height="180" as="geometry"/>
                </mxCell>
                <mxCell id="89" value="&lt;p style=&quot;margin:0px;margin-top:4px;text-align:center;&quot;&gt;&lt;b style=&quot;color: rgb(63, 63, 63); background-color: transparent;&quot;&gt;GetCategoriesViewModelAdapter&lt;/b&gt;&lt;/p&gt;&lt;hr size=&quot;1&quot; style=&quot;border-style:solid;&quot;&gt;&lt;p style=&quot;margin:0px;margin-left:4px;&quot;&gt;&lt;br&gt;&lt;/p&gt;&lt;p style=&quot;margin:0px;margin-left:4px;&quot;&gt;&lt;br&gt;&lt;/p&gt;&lt;hr size=&quot;1&quot; style=&quot;border-style:solid;&quot;&gt;&lt;p style=&quot;margin:0px;margin-left:4px;&quot;&gt;&lt;span style=&quot;color: rgb(63, 63, 63); scrollbar-color: rgb(226, 226, 226) rgb(251, 251, 251); background-color: transparent;&quot;&gt;+&lt;/span&gt;&lt;span style=&quot;background-color: transparent; color: rgb(63, 63, 63);&quot;&gt;Restore&lt;/span&gt;&lt;/p&gt;&lt;p style=&quot;text-align: center; margin: 0px 0px 0px 4px;&quot;&gt;&lt;span style=&quot;color: rgb(63, 63, 63); scrollbar-color: rgb(226, 226, 226) rgb(251, 251, 251); background-color: transparent;&quot;&gt;(List&amp;lt;Category&amp;gt;&lt;/span&gt;&lt;span style=&quot;background-color: transparent; scrollbar-color: rgb(226, 226, 226) rgb(251, 251, 251); color: rgb(63, 63, 63);&quot;&gt;)&lt;/span&gt;&lt;span style=&quot;background-color: transparent; color: rgb(63, 63, 63);&quot;&gt;：GetCategoriesResponse&lt;/span&gt;&lt;/p&gt;" style="verticalAlign=top;align=left;overflow=fill;html=1;whiteSpace=wrap;" parent="1" vertex="1">
                    <mxGeometry x="1280" y="1120" width="220" height="120" as="geometry"/>
                </mxCell>
                <mxCell id="90" style="edgeStyle=none;html=1;exitX=0.5;exitY=0;exitDx=0;exitDy=0;entryX=0.332;entryY=1.009;entryDx=0;entryDy=0;entryPerimeter=0;" parent="1" source="89" target="88" edge="1">
                    <mxGeometry relative="1" as="geometry"/>
                </mxCell>
                <mxCell id="91" value="&amp;lt;&amp;lt;Use&amp;gt;&amp;gt;" style="text;html=1;align=center;verticalAlign=middle;whiteSpace=wrap;rounded=0;" parent="1" vertex="1">
                    <mxGeometry x="1401.75" y="1080" width="60" height="30" as="geometry"/>
                </mxCell>
                <mxCell id="92" style="edgeStyle=none;html=1;exitX=0.5;exitY=0;exitDx=0;exitDy=0;entryX=0.337;entryY=1.02;entryDx=0;entryDy=0;entryPerimeter=0;" parent="1" source="94" target="93" edge="1">
                    <mxGeometry relative="1" as="geometry"/>
                </mxCell>
-                 <mxCell id="93" value="&lt;p style=&quot;margin:0px;margin-top:4px;text-align:center;&quot;&gt;&lt;b&gt;GetProductInfoByIdController&lt;/b&gt;&lt;/p&gt;&lt;hr size=&quot;1&quot; style=&quot;border-style:solid;&quot;&gt;&lt;p style=&quot;color: rgb(63, 63, 63); scrollbar-color: rgb(226, 226, 226) rgb(251, 251, 251); margin: 0px 0px 0px 4px;&quot;&gt;&lt;span style=&quot;background-color: transparent;&quot;&gt;+GetInfoById([FromQuery] productUuId: string) : GetProductInfoResponse&lt;/span&gt;&lt;/p&gt;" style="verticalAlign=top;align=left;overflow=fill;html=1;whiteSpace=wrap;" parent="1" vertex="1">
+                 <mxCell id="93" value="&lt;p style=&quot;margin:0px;margin-top:4px;text-align:center;&quot;&gt;&lt;b&gt;GetProductInfoByIdController&lt;/b&gt;&lt;/p&gt;&lt;hr size=&quot;1&quot; style=&quot;border-style:solid;&quot;&gt;&lt;p style=&quot;color: rgb(63, 63, 63); scrollbar-color: rgb(226, 226, 226) rgb(251, 251, 251); margin: 0px 0px 0px 4px;&quot;&gt;&lt;span style=&quot;background-color: transparent;&quot;&gt;+GetInfoById([FromQuery]&amp;nbsp;&lt;/span&gt;&lt;span style=&quot;color: rgb(63, 63, 63); background-color: transparent;&quot;&gt;string&lt;/span&gt;&lt;span style=&quot;background-color: transparent;&quot;&gt;&amp;nbsp;productUuId) : &lt;/span&gt;&lt;span style=&quot;background-color: transparent; color: rgb(63, 63, 63);&quot;&gt;Task&amp;lt;ActionResult&amp;lt;&lt;/span&gt;&lt;span style=&quot;color: rgb(63, 63, 63); background-color: transparent;&quot;&gt;GetProductInfoResponse &lt;/span&gt;&lt;span style=&quot;background-color: transparent; color: rgb(63, 63, 63);&quot;&gt;&amp;gt;&amp;gt;&lt;/span&gt;&lt;/p&gt;" style="verticalAlign=top;align=left;overflow=fill;html=1;whiteSpace=wrap;" parent="1" vertex="1">
                    <mxGeometry x="110" y="870" width="290" height="180" as="geometry"/>
                </mxCell>
                <mxCell id="94" value="&lt;p style=&quot;margin:0px;margin-top:4px;text-align:center;&quot;&gt;&lt;span style=&quot;color: rgb(63, 63, 63); background-color: transparent;&quot;&gt;&lt;span style=&quot;color: rgb(63, 63, 63);&quot;&gt;GetProduct&lt;/span&gt;ViewModelAdapter&lt;/span&gt;&lt;/p&gt;&lt;hr size=&quot;1&quot; style=&quot;border-style:solid;&quot;&gt;&lt;p style=&quot;margin:0px;margin-left:4px;&quot;&gt;&lt;br&gt;&lt;/p&gt;&lt;p style=&quot;margin:0px;margin-left:4px;&quot;&gt;&lt;br&gt;&lt;/p&gt;&lt;hr size=&quot;1&quot; style=&quot;border-style:solid;&quot;&gt;&lt;p style=&quot;margin:0px;margin-left:4px;&quot;&gt;&lt;span style=&quot;color: rgb(63, 63, 63); scrollbar-color: rgb(226, 226, 226) rgb(251, 251, 251); background-color: transparent;&quot;&gt;+Convert&lt;/span&gt;&lt;/p&gt;&lt;p style=&quot;text-align: center; margin: 0px 0px 0px 4px;&quot;&gt;&lt;span style=&quot;color: rgb(63, 63, 63); scrollbar-color: rgb(226, 226, 226) rgb(251, 251, 251); background-color: transparent;&quot;&gt;(Product&lt;/span&gt;&lt;span style=&quot;background-color: transparent; scrollbar-color: rgb(226, 226, 226) rgb(251, 251, 251); color: rgb(63, 63, 63);&quot;&gt;)&lt;/span&gt;&lt;span style=&quot;background-color: transparent; color: rgb(63, 63, 63);&quot;&gt;：GetProductInfoResponse&lt;/span&gt;&lt;/p&gt;" style="verticalAlign=top;align=left;overflow=fill;html=1;whiteSpace=wrap;" parent="1" vertex="1">
                    <mxGeometry x="110" y="1120" width="195" height="120" as="geometry"/>
                </mxCell>
                <mxCell id="95" value="&amp;lt;&amp;lt;Use&amp;gt;&amp;gt;" style="text;html=1;align=center;verticalAlign=middle;whiteSpace=wrap;rounded=0;" parent="1" vertex="1">
                    <mxGeometry x="273.75" y="1080" width="60" height="30" as="geometry"/>
                </mxCell>
                <mxCell id="98" value="&lt;p style=&quot;margin:0px;margin-top:4px;text-align:center;&quot;&gt;&lt;span style=&quot;color: rgb(63, 63, 63);&quot;&gt;&lt;b&gt;UnregisteredEmployeesResponse&lt;/b&gt;&lt;/span&gt;&lt;/p&gt;&lt;hr size=&quot;1&quot; style=&quot;border-style:solid;&quot;&gt;&lt;p style=&quot;margin:0px;margin-left:4px;&quot;&gt;+employees : List&amp;lt;UnregisteredEmployeeItem&amp;gt;&amp;nbsp;&lt;/p&gt;&lt;hr size=&quot;1&quot; style=&quot;border-style:solid;&quot;&gt;&lt;p style=&quot;margin:0px;margin-left:4px;&quot;&gt;&lt;br&gt;&lt;/p&gt;" style="verticalAlign=top;align=left;overflow=fill;html=1;whiteSpace=wrap;" parent="1" vertex="1">
                    <mxGeometry x="2100" y="1290" width="210" height="120" as="geometry"/>
                </mxCell>
                <mxCell id="99" value="&lt;p style=&quot;margin:0px;margin-top:4px;text-align:center;&quot;&gt;&lt;span style=&quot;color: rgb(63, 63, 63);&quot;&gt;&lt;b&gt;UnregisteredEmployeesItem&lt;/b&gt;&lt;/span&gt;&lt;/p&gt;&lt;hr size=&quot;1&quot; style=&quot;border-style:solid;&quot;&gt;&lt;p style=&quot;margin:0px;margin-left:4px;&quot;&gt;&lt;/p&gt;&lt;p style=&quot;margin:0px;margin-left:4px;&quot;&gt;&lt;/p&gt;+employeeId : int&amp;nbsp;&lt;div&gt;+accountName : string&amp;nbsp;&lt;/div&gt;&lt;div&gt;+password : string&lt;/div&gt;" style="verticalAlign=top;align=left;overflow=fill;html=1;whiteSpace=wrap;" parent="1" vertex="1">
                    <mxGeometry x="2100" y="1500" width="210" height="120" as="geometry"/>
                </mxCell>
                <mxCell id="101" value="&lt;p style=&quot;margin:0px;margin-top:4px;text-align:center;&quot;&gt;&lt;span style=&quot;color: rgb(63, 63, 63);&quot;&gt;&lt;b&gt;SearchProductsResponse&lt;/b&gt;&lt;/span&gt;&lt;/p&gt;&lt;hr size=&quot;1&quot; style=&quot;border-style:solid;&quot;&gt;&lt;p style=&quot;margin:0px;margin-left:4px;&quot;&gt;+Products: List&amp;lt;productsItem&amp;gt;&amp;nbsp;&lt;/p&gt;&lt;hr size=&quot;1&quot; style=&quot;border-style:solid;&quot;&gt;&lt;p style=&quot;margin:0px;margin-left:4px;&quot;&gt;&lt;br&gt;&lt;/p&gt;" style="verticalAlign=top;align=left;overflow=fill;html=1;whiteSpace=wrap;" parent="1" vertex="1">
                    <mxGeometry x="520" y="1300" width="210" height="120" as="geometry"/>
                </mxCell>
                <mxCell id="102" value="&lt;p style=&quot;margin:0px;margin-top:4px;text-align:center;&quot;&gt;&lt;span style=&quot;color: rgb(63, 63, 63);&quot;&gt;&lt;b&gt;ProductsItem&lt;/b&gt;&lt;/span&gt;&lt;/p&gt;&lt;hr size=&quot;1&quot; style=&quot;border-style:solid;&quot;&gt;&lt;p style=&quot;margin:0px;margin-left:4px;&quot;&gt;&lt;/p&gt;&lt;p style=&quot;margin:0px;margin-left:4px;&quot;&gt;&lt;/p&gt;+ProductUuid:string&lt;div&gt;+ProductName : string&amp;nbsp;&lt;/div&gt;&lt;div&gt;+Price : int&lt;/div&gt;&lt;div&gt;+ImageUrl : string&lt;/div&gt;" style="verticalAlign=top;align=left;overflow=fill;html=1;whiteSpace=wrap;" parent="1" vertex="1">
-                     <mxGeometry x="515" y="1490" width="210" height="120" as="geometry"/>
+                     <mxGeometry x="520" y="1460" width="210" height="120" as="geometry"/>
                </mxCell>
                <mxCell id="103" value="&lt;p style=&quot;margin:0px;margin-top:4px;text-align:center;&quot;&gt;&lt;b&gt;GetProductInfoResponse&lt;/b&gt;&lt;/p&gt;&lt;hr size=&quot;1&quot; style=&quot;border-style:solid;&quot;&gt;&lt;p style=&quot;color: rgb(63, 63, 63); scrollbar-color: rgb(226, 226, 226) rgb(251, 251, 251); margin: 0px 0px 0px 4px;&quot;&gt;&lt;span style=&quot;scrollbar-color: rgb(226, 226, 226) rgb(251, 251, 251); background-color: transparent; color: rgb(63, 63, 63);&quot;&gt;+ProductUuid:string&lt;/span&gt;&lt;/p&gt;&lt;p style=&quot;color: rgb(63, 63, 63); scrollbar-color: rgb(226, 226, 226) rgb(251, 251, 251); margin: 0px 0px 0px 4px;&quot;&gt;&lt;span style=&quot;scrollbar-color: rgb(226, 226, 226) rgb(251, 251, 251); background-color: transparent; color: rgb(63, 63, 63);&quot;&gt;+ProductName : string&lt;/span&gt;&lt;/p&gt;&lt;p style=&quot;color: rgb(63, 63, 63); scrollbar-color: rgb(226, 226, 226) rgb(251, 251, 251); margin: 0px 0px 0px 4px;&quot;&gt;+Price : int&lt;/p&gt;&lt;p style=&quot;color: rgb(63, 63, 63); scrollbar-color: rgb(226, 226, 226) rgb(251, 251, 251); margin: 0px 0px 0px 4px;&quot;&gt;+Stock : int&lt;/p&gt;&lt;p style=&quot;color: rgb(63, 63, 63); scrollbar-color: rgb(226, 226, 226) rgb(251, 251, 251); margin: 0px 0px 0px 4px;&quot;&gt;+CategoryId : string&lt;/p&gt;&lt;p style=&quot;color: rgb(63, 63, 63); scrollbar-color: rgb(226, 226, 226) rgb(251, 251, 251); margin: 0px 0px 0px 4px;&quot;&gt;+ImageUrl : IformFile&lt;/p&gt;&lt;p style=&quot;margin:0px;margin-left:4px;&quot;&gt;&lt;br&gt;&lt;/p&gt;&lt;hr size=&quot;1&quot; style=&quot;border-style:solid;&quot;&gt;&lt;p style=&quot;margin:0px;margin-left:4px;&quot;&gt;&lt;br&gt;&lt;/p&gt;" style="verticalAlign=top;align=left;overflow=fill;html=1;whiteSpace=wrap;" parent="1" vertex="1">
                    <mxGeometry x="122.5" y="1285" width="170" height="150" as="geometry"/>
                </mxCell>
                <mxCell id="105" value="&lt;p style=&quot;margin:0px;margin-top:4px;text-align:center;&quot;&gt;&lt;/p&gt;&lt;p style=&quot;margin:0px;margin-left:4px;&quot;&gt;&lt;b&gt;LoginViewModelAdapter&lt;/b&gt;&lt;/p&gt;&lt;p style=&quot;margin:0px;margin-left:4px;&quot;&gt;&lt;br&gt;&lt;/p&gt;&lt;hr size=&quot;1&quot; style=&quot;border-style:solid;&quot;&gt;&lt;p style=&quot;margin:0px;margin-left:4px;&quot;&gt;&lt;span style=&quot;color: rgb(63, 63, 63); scrollbar-color: rgb(226, 226, 226) rgb(251, 251, 251); background-color: transparent;&quot;&gt;+Convert&lt;/span&gt;&lt;/p&gt;&lt;p style=&quot;text-align: center; margin: 0px 0px 0px 4px;&quot;&gt;&lt;span style=&quot;color: rgb(63, 63, 63); scrollbar-color: rgb(226, 226, 226) rgb(251, 251, 251); background-color: transparent;&quot;&gt;(&lt;/span&gt;&lt;span style=&quot;scrollbar-color: rgb(226, 226, 226) rgb(251, 251, 251); background-color: transparent; text-align: center; color: rgb(63, 63, 63);&quot;&gt;&amp;nbsp;{Token, EmployeeAccount}&lt;/span&gt;&lt;span style=&quot;background-color: transparent; scrollbar-color: rgb(226, 226, 226) rgb(251, 251, 251); color: rgb(63, 63, 63);&quot;&gt;)&lt;/span&gt;&lt;span style=&quot;background-color: transparent; color: rgb(63, 63, 63);&quot;&gt;：TokenResponse&lt;/span&gt;&lt;/p&gt;" style="verticalAlign=top;align=left;overflow=fill;html=1;whiteSpace=wrap;" parent="1" vertex="1">
                    <mxGeometry x="2520" y="1120" width="240" height="120" as="geometry"/>
                </mxCell>
                <mxCell id="112" value="" style="endArrow=open;startArrow=circlePlus;endFill=0;startFill=0;endSize=8;html=1;" parent="1" source="102" target="101" edge="1">
                    <mxGeometry width="160" relative="1" as="geometry">
                        <mxPoint x="650" y="1450" as="sourcePoint"/>
                        <mxPoint x="810" y="1450" as="targetPoint"/>
                    </mxGeometry>
                </mxCell>
                <mxCell id="114" value="" style="endArrow=open;startArrow=circlePlus;endFill=0;startFill=0;endSize=8;html=1;" parent="1" source="99" target="98" edge="1">
                    <mxGeometry width="160" relative="1" as="geometry">
                        <mxPoint x="2170" y="1450" as="sourcePoint"/>
                        <mxPoint x="2330" y="1450" as="targetPoint"/>
                    </mxGeometry>
                </mxCell>
                <mxCell id="116" value="&lt;span style=&quot;color: rgb(63, 63, 63); font-weight: 400;&quot;&gt;GetCategoriesResponse&lt;/span&gt;" style="swimlane;fontStyle=1;align=center;verticalAlign=top;childLayout=stackLayout;horizontal=1;startSize=26;horizontalStack=0;resizeParent=1;resizeParentMax=0;resizeLast=0;collapsible=1;marginBottom=0;whiteSpace=wrap;html=1;" parent="1" vertex="1">
                    <mxGeometry x="-210" y="1330" width="260" height="60" as="geometry"/>
                </mxCell>
                <mxCell id="117" value="&lt;span style=&quot;color: rgb(63, 63, 63);&quot;&gt;+Categories: List&amp;lt;categoriesItem&amp;gt;&amp;nbsp;&lt;/span&gt;" style="text;strokeColor=none;fillColor=none;align=left;verticalAlign=top;spacingLeft=4;spacingRight=4;overflow=hidden;rotatable=0;points=[[0,0.5],[1,0.5]];portConstraint=eastwest;whiteSpace=wrap;html=1;" parent="116" vertex="1">
                    <mxGeometry y="26" width="260" height="26" as="geometry"/>
                </mxCell>
                <mxCell id="118" value="" style="line;strokeWidth=1;fillColor=none;align=left;verticalAlign=middle;spacingTop=-1;spacingLeft=3;spacingRight=3;rotatable=0;labelPosition=right;points=[];portConstraint=eastwest;strokeColor=inherit;" parent="116" vertex="1">
                    <mxGeometry y="52" width="260" height="8" as="geometry"/>
                </mxCell>
                <mxCell id="120" value="&lt;p style=&quot;margin:0px;margin-top:4px;text-align:center;&quot;&gt;&lt;span style=&quot;color: rgb(63, 63, 63);&quot;&gt;&lt;b&gt;CategoriesItem&lt;/b&gt;&lt;/span&gt;&lt;/p&gt;&lt;hr size=&quot;1&quot; style=&quot;border-style:solid;&quot;&gt;&lt;p style=&quot;margin:0px;margin-left:4px;&quot;&gt;&lt;/p&gt;&lt;p style=&quot;margin:0px;margin-left:4px;&quot;&gt;&lt;/p&gt;+CategoryUuid:string&lt;div&gt;&lt;font color=&quot;#000000&quot;&gt;+CategoryId:string&lt;br&gt;&lt;/font&gt;&lt;div&gt;+Name : string&amp;nbsp;&lt;/div&gt;&lt;/div&gt;" style="verticalAlign=top;align=left;overflow=fill;html=1;whiteSpace=wrap;" parent="1" vertex="1">
                    <mxGeometry x="-220" y="1460" width="210" height="120" as="geometry"/>
                </mxCell>
                <mxCell id="121" value="" style="endArrow=open;startArrow=circlePlus;endFill=0;startFill=0;endSize=8;html=1;exitX=0.5;exitY=0;exitDx=0;exitDy=0;" parent="1" source="120" edge="1">
                    <mxGeometry width="160" relative="1" as="geometry">
                        <mxPoint x="630" y="1460" as="sourcePoint"/>
                        <mxPoint x="-115" y="1390" as="targetPoint"/>
                    </mxGeometry>
                </mxCell>
            </root>
        </mxGraphModel>
    </diagram>
</mxfile>